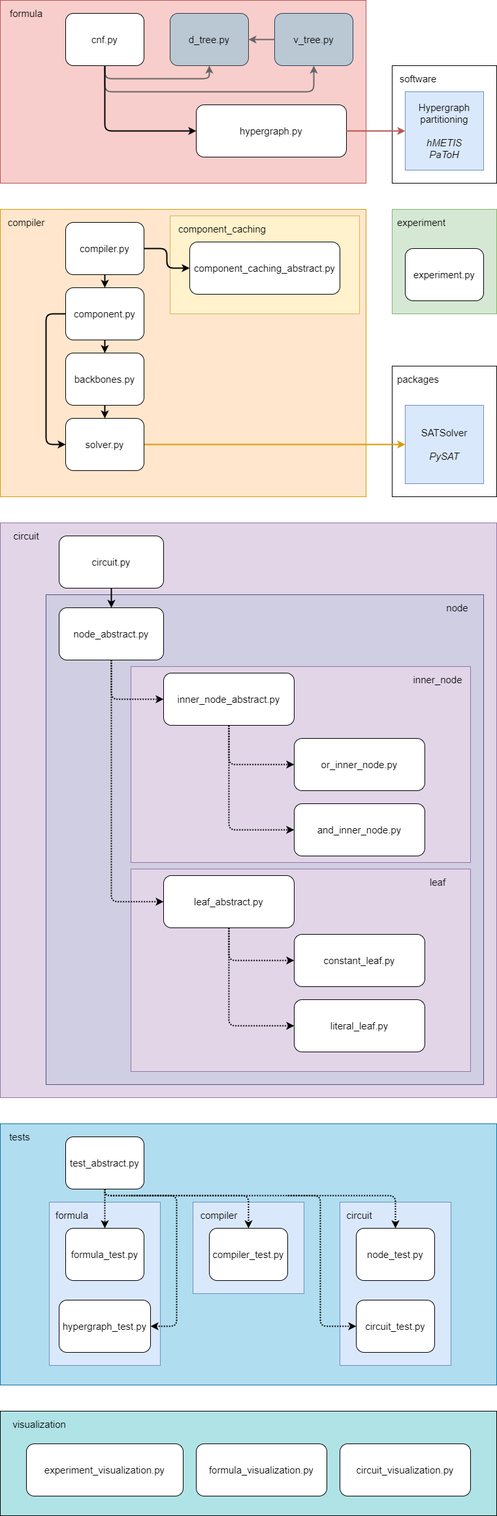
This is images/modules.png from Illner/Cara, a draw.io export, as it was before one commit. Source tidied: cells renumbered, new cells last; positions are measured from the earlier drawing's top-left corner, leaving out a move shared by most shapes.
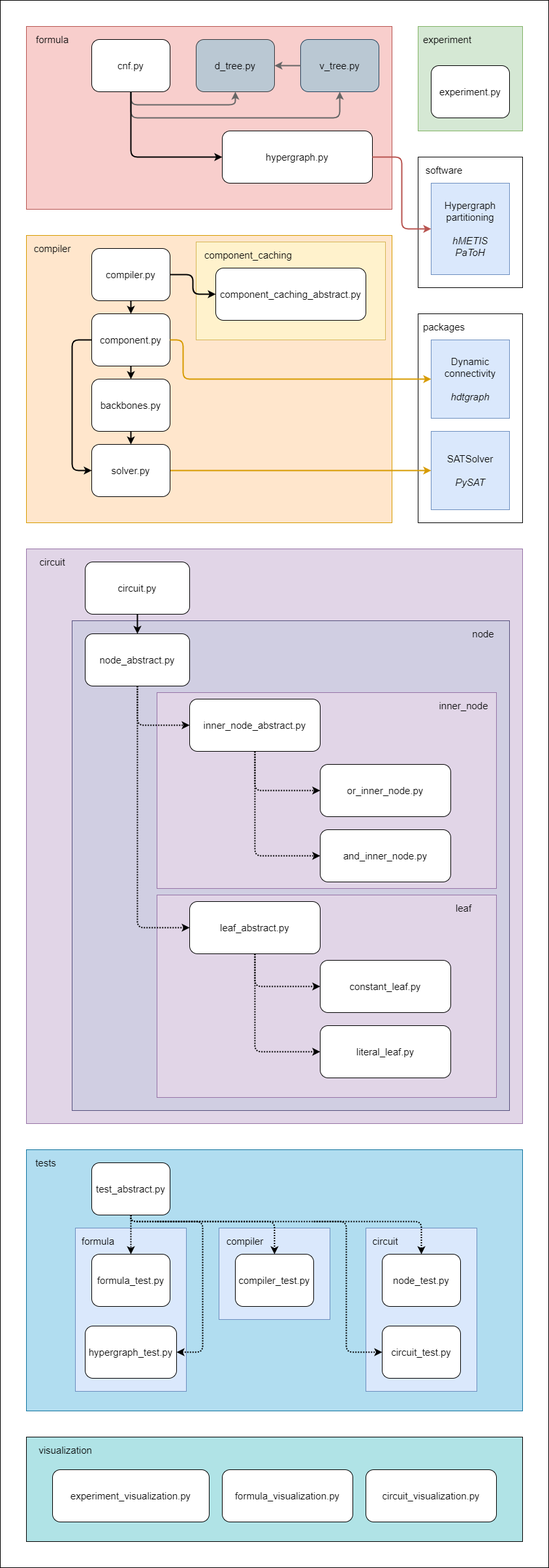
Above is the later version.

Change to the diagram source:
```diff
@@ -2,6 +2,9 @@
   <root>
     <mxCell id="0" />
     <mxCell id="1" parent="0" />
+    <mxCell id="84" style="rounded=0;whiteSpace=wrap;html=1;" parent="1" vertex="1">
+      <mxGeometry x="-40" y="-40" width="840" height="2400" as="geometry" />
+    </mxCell>
     <mxCell id="2" style="rounded=0;whiteSpace=wrap;html=1;fontSize=15;fillColor=#f8cecc;strokeColor=#b85450;" parent="1" vertex="1">
       <mxGeometry width="560" height="280" as="geometry" />
     </mxCell>
@@ -67,11 +70,11 @@
     <mxCell id="18" style="edgeStyle=elbowEdgeStyle;elbow=horizontal;endArrow=classic;html=1;strokeWidth=2;fontSize=15;exitX=1;exitY=0.5;exitDx=0;exitDy=0;entryX=0;entryY=0.5;entryDx=0;entryDy=0;" parent="1" edge="1" source="7" target="17">
       <mxGeometry relative="1" as="geometry" />
     </mxCell>
-    <mxCell id="19" style="rounded=0;whiteSpace=wrap;html=1;fontSize=15;" parent="1" vertex="1">
-      <mxGeometry x="600" y="560" width="160" height="200" as="geometry" />
-    </mxCell>
+    <mxCell id="85" style="rounded=0;whiteSpace=wrap;html=1;fontSize=15;" parent="1" vertex="1">
+      <mxGeometry x="600" y="440" width="160" height="320" as="geometry" />
+    </mxCell>
     <mxCell id="20" value="packages" style="text;html=1;strokeColor=none;fillColor=none;align=center;verticalAlign=middle;whiteSpace=wrap;rounded=0;fontSize=15;" parent="1" vertex="1">
-      <mxGeometry x="620" y="570" width="40" height="20" as="geometry" />
+      <mxGeometry x="620" y="450" width="40" height="20" as="geometry" />
     </mxCell>
     <mxCell id="21" value="SATSolver&lt;br&gt;&lt;br&gt;&lt;i&gt;PySAT&lt;/i&gt;" style="rounded=0;whiteSpace=wrap;html=1;fontSize=15;fillColor=#dae8fc;strokeColor=#6c8ebf;" parent="1" vertex="1">
       <mxGeometry x="620" y="620" width="120" height="120" as="geometry" />
@@ -84,14 +87,14 @@
         </Array>
       </mxGeometry>
     </mxCell>
-    <mxCell id="23" style="rounded=0;whiteSpace=wrap;html=1;fontSize=15;fillColor=#d5e8d4;strokeColor=#82b366;" parent="1" vertex="1">
-      <mxGeometry x="600" y="320" width="160" height="160" as="geometry" />
-    </mxCell>
+    <mxCell id="86" style="rounded=0;whiteSpace=wrap;html=1;fontSize=15;fillColor=#d5e8d4;strokeColor=#82b366;" parent="1" vertex="1">
+      <mxGeometry x="600" width="160" height="160" as="geometry" />
+    </mxCell>
     <mxCell id="24" value="experiment" style="text;html=1;strokeColor=none;fillColor=none;align=center;verticalAlign=middle;whiteSpace=wrap;rounded=0;fontSize=15;" parent="1" vertex="1">
-      <mxGeometry x="625" y="330" width="40" height="20" as="geometry" />
+      <mxGeometry x="625" y="10" width="40" height="20" as="geometry" />
     </mxCell>
     <mxCell id="25" value="experiment.py" style="rounded=1;whiteSpace=wrap;html=1;fontSize=15;" parent="1" vertex="1">
-      <mxGeometry x="620" y="380" width="120" height="80" as="geometry" />
+      <mxGeometry x="620" y="60" width="120" height="80" as="geometry" />
     </mxCell>
     <mxCell id="26" style="rounded=0;whiteSpace=wrap;html=1;fontSize=15;fillColor=#b0e3e6;" parent="1" vertex="1">
       <mxGeometry y="2160" width="760" height="160" as="geometry" />
@@ -180,15 +183,15 @@
     <mxCell id="51" value="and_inner_node.py" style="rounded=1;whiteSpace=wrap;html=1;fontSize=15;" parent="1" vertex="1">
       <mxGeometry x="450" y="1230" width="200" height="80" as="geometry" />
     </mxCell>
-    <mxCell id="52" style="edgeStyle=elbowEdgeStyle;elbow=horizontal;endArrow=classic;html=1;dashed=1;dashPattern=1 1;strokeWidth=2;fontColor=#FFFFFF;exitX=0.5;exitY=1;exitDx=0;exitDy=0;entryX=0;entryY=0.5;entryDx=0;entryDy=0;" parent="1" edge="1" target="49">
-      <mxGeometry relative="1" as="geometry">
-        <mxPoint x="170" y="1010" as="sourcePoint" />
-        <Array as="points">
-          <mxPoint x="170" y="1030" />
-          <mxPoint x="210" y="1050" />
-        </Array>
-      </mxGeometry>
-    </mxCell>
+    <mxCell id="87" style="edgeStyle=elbowEdgeStyle;elbow=horizontal;endArrow=classic;html=1;dashed=1;dashPattern=1 1;strokeWidth=2;fontColor=#FFFFFF;exitX=0.5;exitY=1;exitDx=0;exitDy=0;entryX=0;entryY=0.5;entryDx=0;entryDy=0;" parent="1" edge="1" target="49">
+      <mxGeometry relative="1" as="geometry">
+        <mxPoint x="170" y="1010" as="sourcePoint" />
+        <Array as="points">
+          <mxPoint x="170" y="1030" />
+          <mxPoint x="210" y="1050" />
+        </Array>
+      </mxGeometry>
+    </mxCell>
     <mxCell id="53" style="edgeStyle=elbowEdgeStyle;elbow=horizontal;endArrow=classic;html=1;dashed=1;dashPattern=1 1;strokeWidth=2;fontColor=#FFFFFF;exitX=0.5;exitY=1;exitDx=0;exitDy=0;entryX=0;entryY=0.5;entryDx=0;entryDy=0;" parent="1" edge="1" source="49" target="50">
       <mxGeometry relative="1" as="geometry">
         <Array as="points">
@@ -209,14 +212,14 @@
     <mxCell id="56" style="rounded=0;whiteSpace=wrap;html=1;fillColor=#e1d5e7;strokeColor=#9673a6;" parent="1" vertex="1">
       <mxGeometry x="200" y="1330" width="520" height="310" as="geometry" />
     </mxCell>
-    <mxCell id="57" style="edgeStyle=elbowEdgeStyle;elbow=horizontal;endArrow=classic;html=1;dashed=1;dashPattern=1 1;strokeWidth=2;fontColor=#FFFFFF;exitX=0.5;exitY=1;exitDx=0;exitDy=0;entryX=0;entryY=0.5;entryDx=0;entryDy=0;" parent="1" edge="1" target="58">
-      <mxGeometry relative="1" as="geometry">
-        <mxPoint x="170" y="1010" as="sourcePoint" />
-        <Array as="points">
-          <mxPoint x="170" y="1350" />
-        </Array>
-      </mxGeometry>
-    </mxCell>
+    <mxCell id="88" style="edgeStyle=elbowEdgeStyle;elbow=horizontal;endArrow=classic;html=1;dashed=1;dashPattern=1 1;strokeWidth=2;fontColor=#FFFFFF;exitX=0.5;exitY=1;exitDx=0;exitDy=0;entryX=0;entryY=0.5;entryDx=0;entryDy=0;" parent="1" edge="1" target="58">
+      <mxGeometry relative="1" as="geometry">
+        <mxPoint x="170" y="1010" as="sourcePoint" />
+        <Array as="points">
+          <mxPoint x="170" y="1350" />
+        </Array>
+      </mxGeometry>
+    </mxCell>
     <mxCell id="58" value="leaf_abstract.py" style="rounded=1;whiteSpace=wrap;html=1;fontSize=15;" parent="1" vertex="1">
       <mxGeometry x="250" y="1340" width="200" height="80" as="geometry" />
     </mxCell>
@@ -256,15 +259,15 @@
     <mxCell id="67" value="circuit_test.py" style="rounded=1;whiteSpace=wrap;html=1;fontSize=15;" parent="1" vertex="1">
       <mxGeometry x="545" y="1990" width="120" height="80" as="geometry" />
     </mxCell>
-    <mxCell id="68" style="edgeStyle=elbowEdgeStyle;elbow=horizontal;endArrow=classic;html=1;entryX=0;entryY=0.5;entryDx=0;entryDy=0;strokeWidth=2;dashed=1;dashPattern=1 1;" parent="1" edge="1" target="67">
-      <mxGeometry relative="1" as="geometry">
-        <mxPoint x="440" y="1830" as="sourcePoint" />
-        <Array as="points">
-          <mxPoint x="490" y="1850" />
-          <mxPoint x="490" y="1930" />
-        </Array>
-      </mxGeometry>
-    </mxCell>
+    <mxCell id="89" style="edgeStyle=elbowEdgeStyle;elbow=horizontal;endArrow=classic;html=1;entryX=0;entryY=0.5;entryDx=0;entryDy=0;strokeWidth=2;dashed=1;dashPattern=1 1;" parent="1" edge="1" target="67">
+      <mxGeometry relative="1" as="geometry">
+        <mxPoint x="440" y="1830" as="sourcePoint" />
+        <Array as="points">
+          <mxPoint x="490" y="1850" />
+          <mxPoint x="490" y="1930" />
+        </Array>
+      </mxGeometry>
+    </mxCell>
     <mxCell id="69" value="component.py" style="rounded=1;whiteSpace=wrap;html=1;fontSize=15;" parent="1" vertex="1">
       <mxGeometry x="100" y="440" width="120" height="80" as="geometry" />
     </mxCell>
@@ -304,29 +307,39 @@
     <mxCell id="77" style="endArrow=classic;html=1;strokeWidth=2;exitX=0.5;exitY=1;exitDx=0;exitDy=0;entryX=0.5;entryY=0;entryDx=0;entryDy=0;" parent="1" edge="1" source="73" target="70">
       <mxGeometry relative="1" as="geometry" />
     </mxCell>
-    <mxCell id="78" style="rounded=0;whiteSpace=wrap;html=1;fontSize=15;" parent="1" vertex="1">
-      <mxGeometry x="600" y="100" width="160" height="180" as="geometry" />
-    </mxCell>
+    <mxCell id="90" style="rounded=0;whiteSpace=wrap;html=1;fontSize=15;" parent="1" vertex="1">
+      <mxGeometry x="600" y="200" width="160" height="200" as="geometry" />
+    </mxCell>
     <mxCell id="79" value="Hypergraph partitioning&lt;br&gt;&lt;br&gt;&lt;i&gt;hMETIS&lt;br&gt;PaToH&lt;/i&gt;" style="rounded=0;whiteSpace=wrap;html=1;fontSize=15;fillColor=#dae8fc;strokeColor=#6c8ebf;" parent="1" vertex="1">
-      <mxGeometry x="620" y="140" width="120" height="120" as="geometry" />
+      <mxGeometry x="620" y="240" width="120" height="140" as="geometry" />
     </mxCell>
     <mxCell id="80" style="edgeStyle=elbowEdgeStyle;elbow=horizontal;endArrow=classic;html=1;strokeWidth=2;fontSize=15;fillColor=#f8cecc;strokeColor=#b85450;exitX=1;exitY=0.5;exitDx=0;exitDy=0;entryX=0;entryY=0.5;entryDx=0;entryDy=0;" parent="1" edge="1" source="71" target="79">
       <mxGeometry relative="1" as="geometry" />
     </mxCell>
     <mxCell id="81" value="software" style="text;html=1;strokeColor=none;fillColor=none;align=center;verticalAlign=middle;whiteSpace=wrap;rounded=0;fontSize=15;" parent="1" vertex="1">
-      <mxGeometry x="620" y="110" width="40" height="20" as="geometry" />
+      <mxGeometry x="620" y="210" width="40" height="20" as="geometry" />
     </mxCell>
     <mxCell id="82" value="hypergraph_test.py" style="rounded=1;whiteSpace=wrap;html=1;fontSize=15;" parent="1" vertex="1">
       <mxGeometry x="90" y="1990" width="140" height="80" as="geometry" />
     </mxCell>
-    <mxCell id="83" style="edgeStyle=elbowEdgeStyle;elbow=horizontal;endArrow=classic;html=1;entryX=1;entryY=0.5;entryDx=0;entryDy=0;strokeWidth=2;dashed=1;dashPattern=1 1;" parent="1" edge="1" target="82">
-      <mxGeometry relative="1" as="geometry">
-        <mxPoint x="200" y="1830" as="sourcePoint" />
-        <Array as="points">
-          <mxPoint x="270" y="1930" />
-          <mxPoint x="500" y="1940" />
-        </Array>
-      </mxGeometry>
-    </mxCell>
+    <mxCell id="91" style="edgeStyle=elbowEdgeStyle;elbow=horizontal;endArrow=classic;html=1;entryX=1;entryY=0.5;entryDx=0;entryDy=0;strokeWidth=2;dashed=1;dashPattern=1 1;" parent="1" edge="1" target="82">
+      <mxGeometry relative="1" as="geometry">
+        <mxPoint x="200" y="1830" as="sourcePoint" />
+        <Array as="points">
+          <mxPoint x="270" y="1930" />
+          <mxPoint x="500" y="1940" />
+        </Array>
+      </mxGeometry>
+    </mxCell>
+    <mxCell id="92" value="Dynamic connectivity&lt;br&gt;&lt;br&gt;&lt;i&gt;hdtgraph&lt;/i&gt;" style="rounded=0;whiteSpace=wrap;html=1;fontSize=15;fillColor=#dae8fc;strokeColor=#6c8ebf;" parent="1" vertex="1">
+      <mxGeometry x="620" y="480" width="120" height="120" as="geometry" />
+    </mxCell>
+    <mxCell id="93" style="edgeStyle=elbowEdgeStyle;elbow=horizontal;endArrow=classic;html=1;exitX=1;exitY=0.5;exitDx=0;exitDy=0;entryX=0;entryY=0.5;entryDx=0;entryDy=0;fillColor=#ffe6cc;strokeColor=#d79b00;strokeWidth=2;" parent="1" edge="1" source="69" target="92">
+      <mxGeometry relative="1" as="geometry">
+        <Array as="points">
+          <mxPoint x="240" y="510" />
+        </Array>
+      </mxGeometry>
+    </mxCell>
   </root>
 </mxGraphModel>
```
